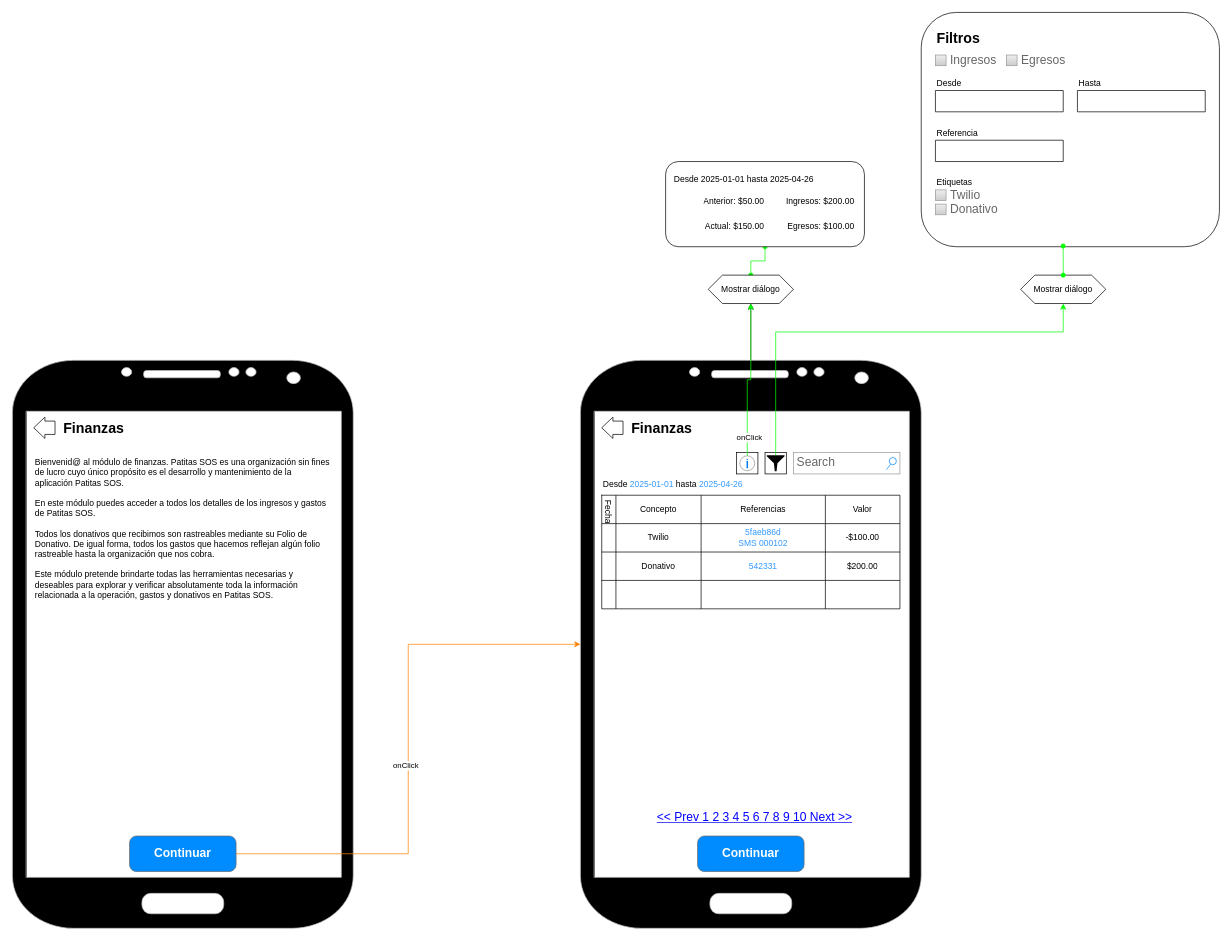
The draw.io diagram draw.io/mockups/Finanzas.drawio in drakuno/diagramas-patitas, before the edit. Source tidied: cells renumbered, new cells numbered last; positions are measured from the earlier drawing's top-left corner, leaving out a move shared by most shapes. Both pictures are drawn from the tidied source at 71%, with x=0, y=0 at pixel (12, 12).
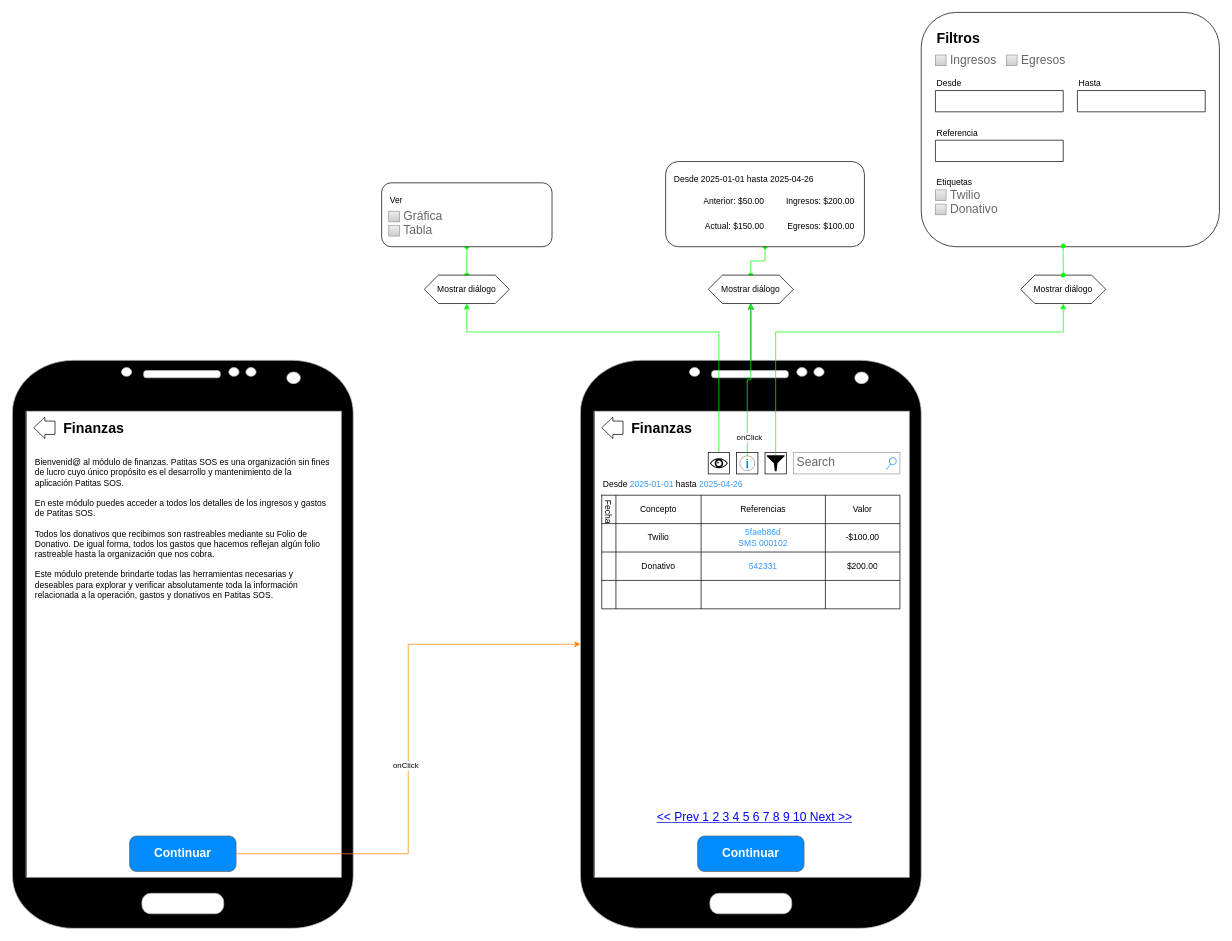
Above is the later version.

The edit, as a diff of the source:
```diff
@@
+    <mxCell id="75" style="edgeStyle=orthogonalEdgeStyle;rounded=0;jettySize=auto;html=1;entryX=0.5;entryY=1;entryDx=0;entryDy=0;strokeColor=#00FF00;" parent="1" edge="1" source="76" target="79">
+      <mxGeometry relative="1" as="geometry">
+        <Array as="points">
+          <mxPoint x="995" y="450" />
+          <mxPoint x="640" y="450" />
+        </Array>
+      </mxGeometry>
+    </mxCell>
+    <mxCell id="76" style="rounded=0;whiteSpace=wrap;html=1;" parent="1" vertex="1">
+      <mxGeometry x="980" y="620" width="30" height="30" as="geometry" />
+    </mxCell>
+    <mxCell id="77" style="shape=mxgraph.signs.healthcare.eye;html=1;fillColor=#000000;strokeColor=none;verticalLabelPosition=bottom;verticalAlign=top;align=center;" parent="1" vertex="1">
+      <mxGeometry x="982.4" y="628" width="25.2" height="14" as="geometry" />
+    </mxCell>
+    <mxCell id="78" style="edgeStyle=orthogonalEdgeStyle;rounded=0;jettySize=auto;html=1;exitX=0.5;exitY=0;exitDx=0;exitDy=0;endArrow=oval;endFill=1;startArrow=oval;startFill=1;strokeColor=#00FF00;" parent="1" edge="1" source="79" target="80">
+      <mxGeometry relative="1" as="geometry" />
+    </mxCell>
+    <mxCell id="79" value="Mostrar diálogo" style="shape=hexagon;perimeter=hexagonPerimeter2;whiteSpace=wrap;html=1;fixedSize=1;" parent="1" vertex="1">
+      <mxGeometry x="580" y="370" width="120" height="40" as="geometry" />
+    </mxCell>
+    <mxCell id="80" style="rounded=1;whiteSpace=wrap;html=1;" parent="1" vertex="1">
+      <mxGeometry x="520" y="240" width="240" height="90" as="geometry" />
+    </mxCell>
+    <mxCell id="81" value="&lt;div align=&quot;left&quot;&gt;Ver&lt;/div&gt;" style="text;html=1;align=left;verticalAlign=middle;whiteSpace=wrap;rounded=0;" parent="1" vertex="1">
+      <mxGeometry x="530" y="250" width="60" height="30" as="geometry" />
+    </mxCell>
+    <mxCell id="82" value="Gráfica" style="strokeWidth=1;shadow=0;dashed=0;align=center;html=1;shape=mxgraph.mockup.forms.rrect;rSize=0;fillColor=#eeeeee;strokeColor=#999999;gradientColor=#cccccc;align=left;spacingLeft=4;fontSize=17;fontColor=#666666;labelPosition=right;" parent="1" vertex="1">
+      <mxGeometry x="530" y="280" width="15" height="15" as="geometry" />
+    </mxCell>
+    <mxCell id="83" value="Tabla" style="strokeWidth=1;shadow=0;dashed=0;align=center;html=1;shape=mxgraph.mockup.forms.rrect;rSize=0;fillColor=#eeeeee;strokeColor=#999999;gradientColor=#cccccc;align=left;spacingLeft=4;fontSize=17;fontColor=#666666;labelPosition=right;" parent="1" vertex="1">
+      <mxGeometry x="530" y="300" width="15" height="15" as="geometry" />
+    </mxCell>
```
